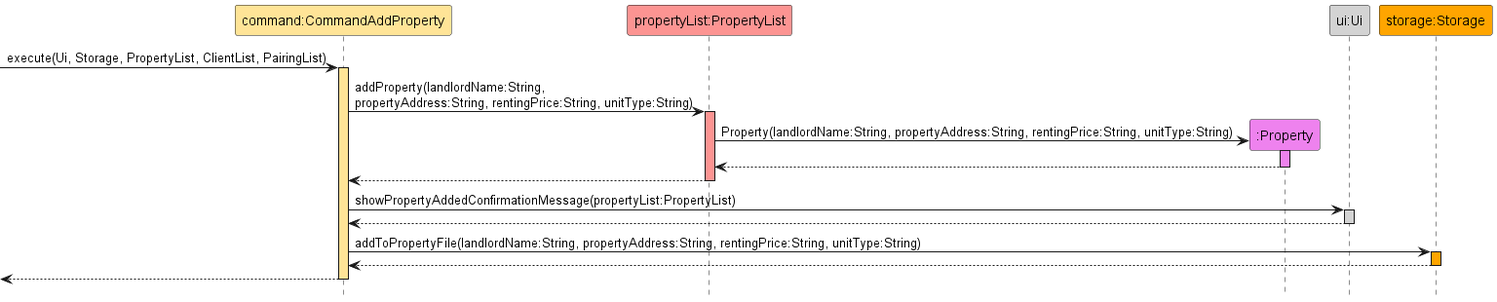
This is docs/diagrams/AddPropertySequenceDiagram.png from nus-cs2113-AY2223S1/tp, a PlantUML export, as it was before one commit. Source of this version:
```plantuml
@startuml

hide footbox

participant "command:CommandAddProperty" as CommandAddProperty #FFE497
participant "propertyList:PropertyList" as PropertyList #FC9492
participant ":Property" as Property #violet
participant "ui:Ui" as Ui #lightgrey
participant "storage:Storage" as Storage #orange

->CommandAddProperty:execute(Ui, Storage, PropertyList, ClientList, PairingList)
activate CommandAddProperty #FFE497

CommandAddProperty -> PropertyList : addProperty(landlordName:String, \npropertyAddress:String, rentingPrice:String, unitType:String)
activate PropertyList #FC9492

create Property
PropertyList -> Property : Property(landlordName:String, propertyAddress:String, rentingPrice:String, unitType:String)
activate Property #violet

return
return

CommandAddProperty -> Ui : showPropertyAddedConfirmationMessage(propertyList:PropertyList)
activate Ui #lightgrey
return

CommandAddProperty -> Storage : addToPropertyFile(landlordName:String, propertyAddress:String, rentingPrice:String, unitType:String)
activate Storage #orange
return
return

@enduml
```
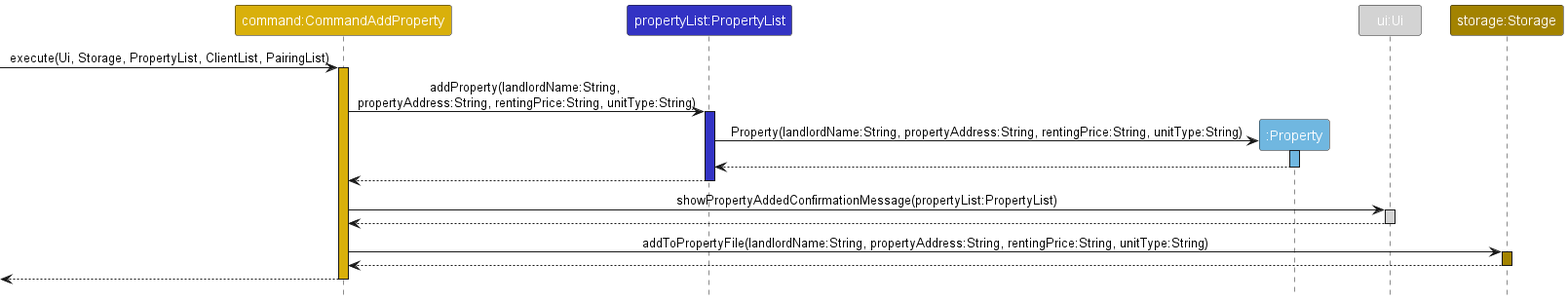
After the change.

Change to the diagram source:
```diff
@@ -1,32 +1,33 @@
 @startuml
+!include style.puml
 
 hide footbox
 
-participant "command:CommandAddProperty" as CommandAddProperty #FFE497
-participant "propertyList:PropertyList" as PropertyList #FC9492
-participant ":Property" as Property #violet
-participant "ui:Ui" as Ui #lightgrey
-participant "storage:Storage" as Storage #orange
+participant "command:CommandAddProperty" as CommandAddProperty COMMAND_COLOR_T2
+participant "propertyList:PropertyList" as PropertyList PROPERTY_LIST_COLOR
+participant ":Property" as Property PROPERTY_COLOR
+participant "ui:Ui" as Ui UI_COLOR
+participant "storage:Storage" as Storage STORAGE_COLOR
 
 ->CommandAddProperty:execute(Ui, Storage, PropertyList, ClientList, PairingList)
-activate CommandAddProperty #FFE497
+activate CommandAddProperty COMMAND_COLOR_T2
 
 CommandAddProperty -> PropertyList : addProperty(landlordName:String, \npropertyAddress:String, rentingPrice:String, unitType:String)
-activate PropertyList #FC9492
+activate PropertyList PROPERTY_LIST_COLOR
 
 create Property
 PropertyList -> Property : Property(landlordName:String, propertyAddress:String, rentingPrice:String, unitType:String)
-activate Property #violet
+activate Property PROPERTY_COLOR
 
 return
 return
 
 CommandAddProperty -> Ui : showPropertyAddedConfirmationMessage(propertyList:PropertyList)
-activate Ui #lightgrey
+activate Ui UI_COLOR
 return
 
 CommandAddProperty -> Storage : addToPropertyFile(landlordName:String, propertyAddress:String, rentingPrice:String, unitType:String)
-activate Storage #orange
+activate Storage STORAGE_COLOR
 return
 return
 
```
